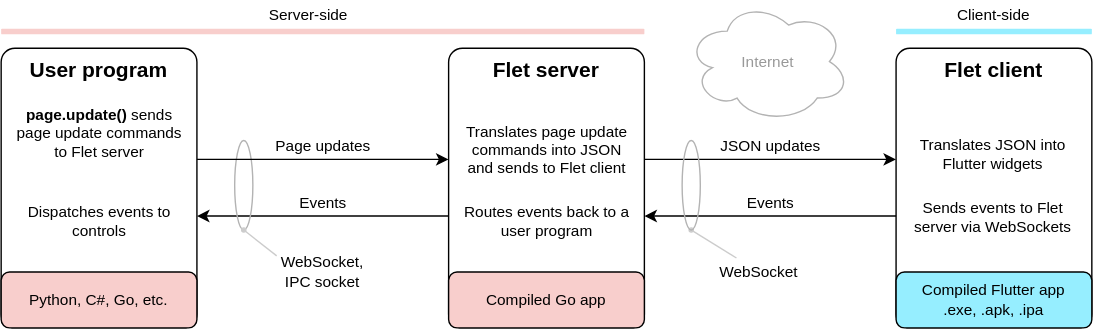
flet-dev/website keeps this draw.io diagram as static/img/docs/getting-started/flet-highlevel-diagram.svg. Above is the earlier version. Source tidied: cells renumbered, new cells last; positions are measured from the earlier drawing's top-left corner, leaving out a move shared by most shapes.
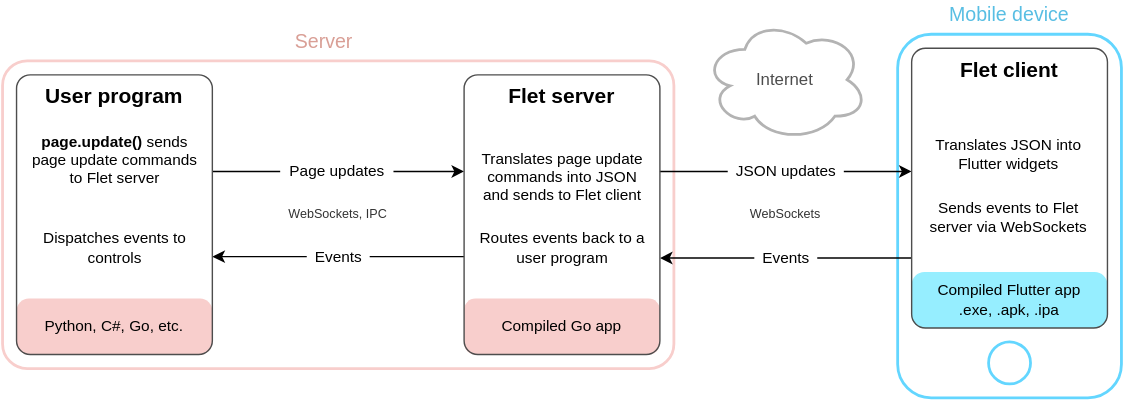
Later version of the same file.

What changed in the source:
```diff
@@ -2,118 +2,109 @@
   <root>
     <mxCell id="0" />
     <mxCell id="1" parent="0" />
-    <mxCell id="2" value="Flet client" style="rounded=1;whiteSpace=wrap;html=1;fontSize=15;labelPosition=center;verticalLabelPosition=middle;align=center;verticalAlign=top;arcSize=7;fontStyle=1;" parent="1" vertex="1">
-      <mxGeometry x="640" y="34" width="140" height="200" as="geometry" />
+    <mxCell id="2" style="rounded=1;whiteSpace=wrap;html=1;fontSize=11;align=left;strokeColor=#63D6FF;strokeWidth=2;" parent="1" vertex="1">
+      <mxGeometry x="630" y="24" width="160" height="260" as="geometry" />
     </mxCell>
-    <mxCell id="3" style="endArrow=classic;html=1;" parent="1" edge="1">
-      <mxGeometry relative="1" as="geometry">
-        <mxPoint x="460" y="113.5" as="sourcePoint" />
-        <mxPoint x="640" y="113.5" as="targetPoint" />
-      </mxGeometry>
+    <mxCell id="3" style="ellipse;whiteSpace=wrap;html=1;rounded=1;strokeColor=#63D6FF;strokeWidth=2;fontSize=14;fontColor=#58BEE3;align=left;" parent="1" vertex="1">
+      <mxGeometry x="695" y="244" width="30" height="30" as="geometry" />
     </mxCell>
-    <mxCell id="4" value="JSON updates" style="edgeLabel;html=1;align=center;verticalAlign=middle;fontSize=11;" parent="3" vertex="1">
-      <mxGeometry x="-0.28" y="4" relative="1" as="geometry">
-        <mxPoint x="25" y="-5.5" as="offset" />
-      </mxGeometry>
+    <mxCell id="4" style="rounded=1;whiteSpace=wrap;html=1;fontSize=11;align=left;strokeWidth=2;arcSize=8;strokeColor=#F8CECC;" parent="1" vertex="1">
+      <mxGeometry x="-10" y="43" width="480" height="220" as="geometry" />
     </mxCell>
-    <mxCell id="5" value="WebSocket" style="text;html=1;strokeColor=none;fillColor=none;align=center;verticalAlign=middle;whiteSpace=wrap;rounded=0;fontSize=11;" parent="1" vertex="1">
-      <mxGeometry x="487" y="184" width="110" height="20" as="geometry" />
+    <mxCell id="5" value="WebSockets, IPC" style="rounded=0;whiteSpace=wrap;html=1;strokeWidth=2;fontSize=9;align=center;strokeColor=none;fontColor=#333333;fillColor=none;" parent="1" vertex="1">
+      <mxGeometry x="140" y="143" width="180" height="20" as="geometry" />
     </mxCell>
-    <mxCell id="6" style="endArrow=none;html=1;startArrow=oval;startFill=1;endSize=3;startSize=3;exitX=0.5;exitY=1;exitDx=0;exitDy=0;strokeColor=#CCCCCC;" parent="1" edge="1" source="14" target="5">
-      <mxGeometry relative="1" as="geometry" />
+    <mxCell id="6" style="endArrow=classic;html=1;" parent="1" edge="1">
+      <mxGeometry relative="1" as="geometry">
+        <mxPoint x="460" y="122.1" as="sourcePoint" />
+        <mxPoint x="640" y="122.1" as="targetPoint" />
+      </mxGeometry>
     </mxCell>
-    <mxCell id="7" value="Compiled Flutter app&lt;br style=&quot;font-size: 11px;&quot;&gt;.exe, .apk, .ipa" style="rounded=1;whiteSpace=wrap;html=1;fontSize=11;fillColor=#96EEFF;" parent="1" vertex="1">
-      <mxGeometry x="640" y="194" width="140" height="40" as="geometry" />
+    <mxCell id="7" value="&amp;nbsp; JSON updates&amp;nbsp;&amp;nbsp;" style="edgeLabel;html=1;align=center;verticalAlign=middle;fontSize=11;labelBackgroundColor=#ffffff;" parent="6" vertex="1">
+      <mxGeometry x="-0.28" y="4" relative="1" as="geometry">
+        <mxPoint x="25" y="3.9" as="offset" />
+      </mxGeometry>
     </mxCell>
-    <mxCell id="8" value="Translates JSON into Flutter widgets" style="text;html=1;strokeColor=none;fillColor=none;align=center;verticalAlign=middle;whiteSpace=wrap;rounded=0;fontSize=11;" parent="1" vertex="1">
-      <mxGeometry x="647" y="100" width="125" height="20" as="geometry" />
+    <mxCell id="8" style="endArrow=classic;html=1;labelBackgroundColor=#ffffff;" parent="1" edge="1">
+      <mxGeometry relative="1" as="geometry">
+        <mxPoint x="640" y="184" as="sourcePoint" />
+        <mxPoint x="460" y="184" as="targetPoint" />
+      </mxGeometry>
     </mxCell>
-    <mxCell id="9" value="Sends events to Flet server via WebSockets" style="text;html=1;strokeColor=none;fillColor=none;align=center;verticalAlign=middle;whiteSpace=wrap;rounded=0;fontSize=11;" parent="1" vertex="1">
-      <mxGeometry x="647" y="145" width="125" height="20" as="geometry" />
+    <mxCell id="9" value="&amp;nbsp; Events&amp;nbsp;&amp;nbsp;" style="edgeLabel;html=1;align=center;verticalAlign=middle;fontSize=11;" parent="8" vertex="1">
+      <mxGeometry x="-0.28" y="4" relative="1" as="geometry">
+        <mxPoint x="-25" y="-4" as="offset" />
+      </mxGeometry>
     </mxCell>
-    <mxCell id="10" value="Flet server" style="rounded=1;whiteSpace=wrap;html=1;fontSize=15;labelPosition=center;verticalLabelPosition=middle;align=center;verticalAlign=top;arcSize=7;fontStyle=1;" parent="1" vertex="1">
-      <mxGeometry x="320" y="34" width="140" height="200" as="geometry" />
+    <mxCell id="10" value="Python, C#, Go, etc." style="rounded=1;whiteSpace=wrap;html=1;fontSize=11;fillColor=#F8CECC;strokeColor=none;arcSize=22;" parent="1" vertex="1">
+      <mxGeometry y="213" width="140" height="40" as="geometry" />
     </mxCell>
-    <mxCell id="11" value="Translates page update commands into JSON and sends to Flet client" style="text;html=1;strokeColor=none;fillColor=none;align=center;verticalAlign=middle;whiteSpace=wrap;rounded=0;fontSize=11;" parent="1" vertex="1">
-      <mxGeometry x="327.5" y="77" width="125" height="59" as="geometry" />
+    <mxCell id="11" style="endArrow=classic;html=1;" parent="1" edge="1">
+      <mxGeometry relative="1" as="geometry">
+        <mxPoint x="320" y="183" as="sourcePoint" />
+        <mxPoint x="140" y="183" as="targetPoint" />
+      </mxGeometry>
     </mxCell>
-    <mxCell id="12" style="endArrow=classic;html=1;" parent="1" edge="1">
-      <mxGeometry relative="1" as="geometry">
-        <mxPoint x="640" y="154" as="sourcePoint" />
-        <mxPoint x="460" y="154" as="targetPoint" />
+    <mxCell id="12" value="&amp;nbsp; Events&amp;nbsp;&amp;nbsp;" style="edgeLabel;html=1;align=center;verticalAlign=middle;fontSize=11;" parent="11" vertex="1">
+      <mxGeometry x="-0.28" y="4" relative="1" as="geometry">
+        <mxPoint x="-25" y="-4" as="offset" />
       </mxGeometry>
     </mxCell>
-    <mxCell id="13" value="Events" style="edgeLabel;html=1;align=center;verticalAlign=middle;fontSize=11;" parent="12" vertex="1">
-      <mxGeometry x="-0.28" y="4" relative="1" as="geometry">
-        <mxPoint x="-25" y="-13.5" as="offset" />
+    <mxCell id="13" style="endArrow=classic;html=1;" parent="1" edge="1">
+      <mxGeometry relative="1" as="geometry">
+        <mxPoint x="140" y="122.1" as="sourcePoint" />
+        <mxPoint x="320" y="122.1" as="targetPoint" />
       </mxGeometry>
     </mxCell>
-    <mxCell id="14" style="ellipse;whiteSpace=wrap;html=1;rounded=1;fontSize=11;align=center;fillColor=none;strokeColor=#B3B3B3;" parent="1" vertex="1">
-      <mxGeometry x="487" y="100" width="13" height="64" as="geometry" />
+    <mxCell id="14" value="&amp;nbsp; Page updates&amp;nbsp;&amp;nbsp;" style="edgeLabel;html=1;align=center;verticalAlign=middle;points=[];fontSize=11;" parent="13" vertex="1">
+      <mxGeometry x="-0.28" y="4" relative="1" as="geometry">
+        <mxPoint x="24" y="3.9" as="offset" />
+      </mxGeometry>
     </mxCell>
-    <mxCell id="15" value="User program" style="rounded=1;whiteSpace=wrap;html=1;fontSize=15;labelPosition=center;verticalLabelPosition=middle;align=center;verticalAlign=top;arcSize=7;fontStyle=1;" parent="1" vertex="1">
-      <mxGeometry y="34" width="140" height="200" as="geometry" />
+    <mxCell id="15" value="Internet" style="ellipse;shape=cloud;whiteSpace=wrap;html=1;rounded=1;fontSize=12;align=center;strokeColor=#B3B3B3;strokeWidth=2;fontColor=#4D4D4D;" parent="1" vertex="1">
+      <mxGeometry x="491.5" y="13" width="117" height="87" as="geometry" />
     </mxCell>
-    <mxCell id="16" value="Python, C#, Go, etc." style="rounded=1;whiteSpace=wrap;html=1;fontSize=11;fillColor=#F8CECC;" parent="1" vertex="1">
-      <mxGeometry y="194" width="140" height="40" as="geometry" />
+    <mxCell id="16" value="Mobile device" style="text;html=1;strokeColor=none;fillColor=none;align=center;verticalAlign=middle;whiteSpace=wrap;rounded=0;fontSize=14;fontStyle=0;fontColor=#58BEE3;" parent="1" vertex="1">
+      <mxGeometry x="660" width="100" height="20" as="geometry" />
     </mxCell>
-    <mxCell id="17" value="Compiled Go app" style="rounded=1;whiteSpace=wrap;html=1;fontSize=11;fillColor=#F8CECC;" parent="1" vertex="1">
-      <mxGeometry x="320" y="194" width="140" height="40" as="geometry" />
+    <mxCell id="17" value="Server" style="text;html=1;strokeColor=none;fillColor=none;align=center;verticalAlign=middle;whiteSpace=wrap;rounded=0;fontSize=14;fontStyle=0;fontColor=#D99F96;" parent="1" vertex="1">
+      <mxGeometry x="170" y="19" width="100" height="20" as="geometry" />
     </mxCell>
-    <mxCell id="18" style="endArrow=classic;html=1;" parent="1" edge="1">
-      <mxGeometry relative="1" as="geometry">
-        <mxPoint x="320" y="154" as="sourcePoint" />
-        <mxPoint x="140" y="154" as="targetPoint" />
-      </mxGeometry>
+    <mxCell id="18" value="WebSockets" style="rounded=0;whiteSpace=wrap;html=1;strokeWidth=2;fontSize=9;align=center;strokeColor=none;fontColor=#333333;fillColor=none;" parent="1" vertex="1">
+      <mxGeometry x="460" y="143" width="180" height="20" as="geometry" />
     </mxCell>
-    <mxCell id="19" value="Events" style="edgeLabel;html=1;align=center;verticalAlign=middle;fontSize=11;" parent="18" vertex="1">
-      <mxGeometry x="-0.28" y="4" relative="1" as="geometry">
-        <mxPoint x="-25" y="-13.5" as="offset" />
-      </mxGeometry>
+    <mxCell id="19" value="Compiled Flutter app&lt;br style=&quot;font-size: 11px;&quot;&gt;.exe, .apk, .ipa" style="rounded=1;whiteSpace=wrap;html=1;fontSize=11;fillColor=#96EEFF;strokeColor=none;arcSize=23;" parent="1" vertex="1">
+      <mxGeometry x="640" y="194" width="140" height="40" as="geometry" />
     </mxCell>
-    <mxCell id="20" style="ellipse;whiteSpace=wrap;html=1;rounded=1;fontSize=11;align=center;fillColor=none;strokeColor=#B3B3B3;" parent="1" vertex="1">
-      <mxGeometry x="167" y="100" width="13" height="64" as="geometry" />
+    <mxCell id="20" value="Compiled Go app" style="rounded=1;whiteSpace=wrap;html=1;fontSize=11;fillColor=#F8CECC;strokeColor=none;arcSize=20;" parent="1" vertex="1">
+      <mxGeometry x="320" y="213" width="140" height="40" as="geometry" />
     </mxCell>
-    <mxCell id="21" style="endArrow=classic;html=1;" parent="1" edge="1">
-      <mxGeometry relative="1" as="geometry">
-        <mxPoint x="140" y="113.5" as="sourcePoint" />
-        <mxPoint x="320" y="113.5" as="targetPoint" />
-      </mxGeometry>
+    <mxCell id="21" value="User program" style="rounded=1;whiteSpace=wrap;html=1;fontSize=15;labelPosition=center;verticalLabelPosition=middle;align=center;verticalAlign=top;arcSize=7;fontStyle=1;fillColor=none;strokeColor=#4D4D4D;" parent="1" vertex="1">
+      <mxGeometry y="53" width="140" height="200" as="geometry" />
     </mxCell>
-    <mxCell id="22" value="Page updates" style="edgeLabel;html=1;align=center;verticalAlign=middle;fontSize=11;" parent="21" vertex="1">
-      <mxGeometry x="-0.28" y="4" relative="1" as="geometry">
-        <mxPoint x="25" y="-5.5" as="offset" />
-      </mxGeometry>
+    <mxCell id="22" value="&lt;b&gt;page.update()&lt;/b&gt; sends page update commands to Flet server" style="text;html=1;strokeColor=none;fillColor=none;align=center;verticalAlign=middle;whiteSpace=wrap;rounded=0;fontSize=11;" parent="1" vertex="1">
+      <mxGeometry x="7.5" y="84.5" width="125" height="59" as="geometry" />
     </mxCell>
-    <mxCell id="23" value="WebSocket,&lt;br&gt;IPC socket" style="text;html=1;strokeColor=none;fillColor=none;align=center;verticalAlign=middle;whiteSpace=wrap;rounded=0;fontSize=11;" parent="1" vertex="1">
-      <mxGeometry x="190" y="184" width="80" height="20" as="geometry" />
+    <mxCell id="23" value="Dispatches events to controls" style="text;html=1;strokeColor=none;fillColor=none;align=center;verticalAlign=middle;whiteSpace=wrap;rounded=0;fontSize=11;" parent="1" vertex="1">
+      <mxGeometry x="7.5" y="166.5" width="125" height="20.5" as="geometry" />
     </mxCell>
-    <mxCell id="24" style="endArrow=none;html=1;startArrow=oval;startFill=1;endSize=3;startSize=3;exitX=0.5;exitY=1;exitDx=0;exitDy=0;strokeColor=#CCCCCC;entryX=0.088;entryY=-0.075;entryDx=0;entryDy=0;entryPerimeter=0;" parent="1" edge="1" source="20" target="23">
-      <mxGeometry relative="1" as="geometry" />
+    <mxCell id="24" value="Flet server" style="rounded=1;whiteSpace=wrap;html=1;fontSize=15;labelPosition=center;verticalLabelPosition=middle;align=center;verticalAlign=top;arcSize=7;fontStyle=1;fillColor=none;strokeColor=#4D4D4D;" parent="1" vertex="1">
+      <mxGeometry x="320" y="53" width="140" height="200" as="geometry" />
     </mxCell>
-    <mxCell id="25" value="Internet" style="ellipse;shape=cloud;whiteSpace=wrap;html=1;rounded=1;fillColor=none;fontSize=11;align=center;strokeColor=#B3B3B3;fontColor=#999999;" parent="1" vertex="1">
-      <mxGeometry x="490" width="117" height="87" as="geometry" />
+    <mxCell id="25" value="Translates page update commands into JSON and sends to Flet client" style="text;html=1;strokeColor=none;fillColor=none;align=center;verticalAlign=middle;whiteSpace=wrap;rounded=0;fontSize=11;" parent="1" vertex="1">
+      <mxGeometry x="327.5" y="96" width="125" height="59" as="geometry" />
     </mxCell>
     <mxCell id="26" value="Routes events back to a user program" style="text;html=1;strokeColor=none;fillColor=none;align=center;verticalAlign=middle;whiteSpace=wrap;rounded=0;fontSize=11;" parent="1" vertex="1">
-      <mxGeometry x="327.5" y="147.5" width="125" height="20.5" as="geometry" />
+      <mxGeometry x="327.5" y="166.5" width="125" height="20.5" as="geometry" />
     </mxCell>
-    <mxCell id="27" style="rounded=1;whiteSpace=wrap;html=1;fontSize=11;fillColor=#F8CECC;strokeColor=none;" parent="1" vertex="1">
-      <mxGeometry y="20" width="460" height="4" as="geometry" />
+    <mxCell id="27" value="Translates JSON into Flutter widgets" style="text;html=1;strokeColor=none;fillColor=none;align=center;verticalAlign=middle;whiteSpace=wrap;rounded=0;fontSize=11;" parent="1" vertex="1">
+      <mxGeometry x="647" y="100" width="125" height="20" as="geometry" />
     </mxCell>
-    <mxCell id="28" value="Server-side" style="text;html=1;strokeColor=none;fillColor=none;align=center;verticalAlign=middle;whiteSpace=wrap;rounded=0;fontSize=11;" parent="1" vertex="1">
-      <mxGeometry x="180" width="80" height="20" as="geometry" />
+    <mxCell id="28" value="Sends events to Flet server via WebSockets" style="text;html=1;strokeColor=none;fillColor=none;align=center;verticalAlign=middle;whiteSpace=wrap;rounded=0;fontSize=11;" parent="1" vertex="1">
+      <mxGeometry x="647" y="145" width="125" height="20" as="geometry" />
     </mxCell>
-    <mxCell id="29" style="rounded=1;whiteSpace=wrap;html=1;fontSize=11;strokeColor=none;fillColor=#96EEFF;" parent="1" vertex="1">
-      <mxGeometry x="640" y="20" width="140" height="4" as="geometry" />
+    <mxCell id="29" value="Flet client" style="rounded=1;whiteSpace=wrap;html=1;fontSize=15;labelPosition=center;verticalLabelPosition=middle;align=center;verticalAlign=top;arcSize=7;fontStyle=1;fillColor=none;strokeColor=#4D4D4D;" parent="1" vertex="1">
+      <mxGeometry x="640" y="34" width="140" height="200" as="geometry" />
     </mxCell>
-    <mxCell id="30" value="Client-side" style="text;html=1;strokeColor=none;fillColor=none;align=center;verticalAlign=middle;whiteSpace=wrap;rounded=0;fontSize=11;" parent="1" vertex="1">
-      <mxGeometry x="670" width="80" height="20" as="geometry" />
-    </mxCell>
-    <mxCell id="31" value="&lt;b&gt;page.update()&lt;/b&gt; sends page update commands to Flet server" style="text;html=1;strokeColor=none;fillColor=none;align=center;verticalAlign=middle;whiteSpace=wrap;rounded=0;fontSize=11;" parent="1" vertex="1">
-      <mxGeometry x="7.5" y="65.5" width="125" height="59" as="geometry" />
-    </mxCell>
-    <mxCell id="32" value="Dispatches events to controls" style="text;html=1;strokeColor=none;fillColor=none;align=center;verticalAlign=middle;whiteSpace=wrap;rounded=0;fontSize=11;" parent="1" vertex="1">
-      <mxGeometry x="7.5" y="147.5" width="125" height="20.5" as="geometry" />
-    </mxCell>
   </root>
 </mxGraphModel>
```
